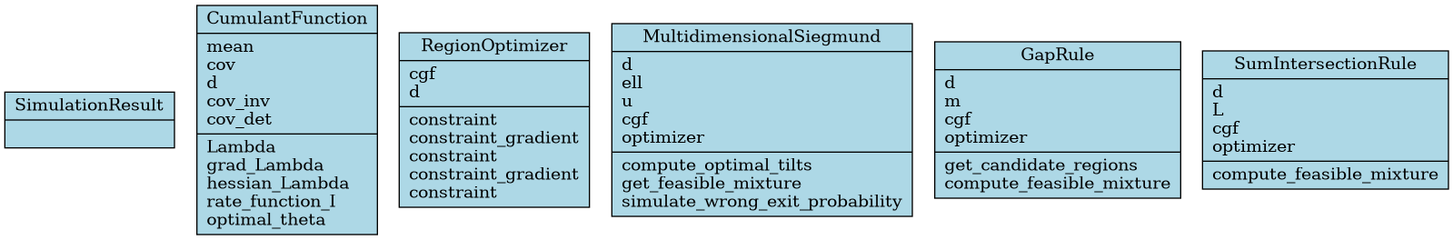
DiogoRibeiro7/efficient-importance-sampling keeps this Mermaid diagram as docs/architecture/class-diagram.png. Above is the earlier version. Its source is kept beside it as docs/architecture/class-diagram.mmd.
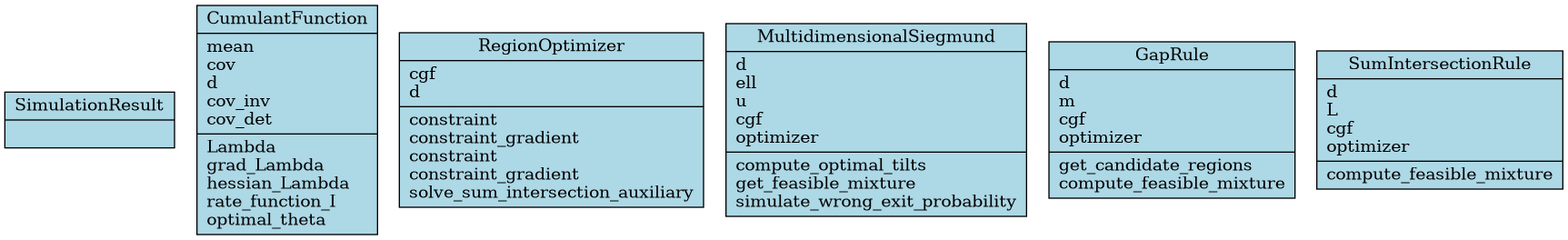
The same diagram one commit later.

Commit message:
docs: Update architecture diagrams [skip ci]

Change to the diagram source:
```diff
@@ -23,6 +23,7 @@
     +constraint_gradient()
     +constraint()
     +constraint_gradient()
+    +solve_sum_intersection_auxiliary()
     +constraint()
     +constraint_gradient()
     +solve_kkt_system()
```
